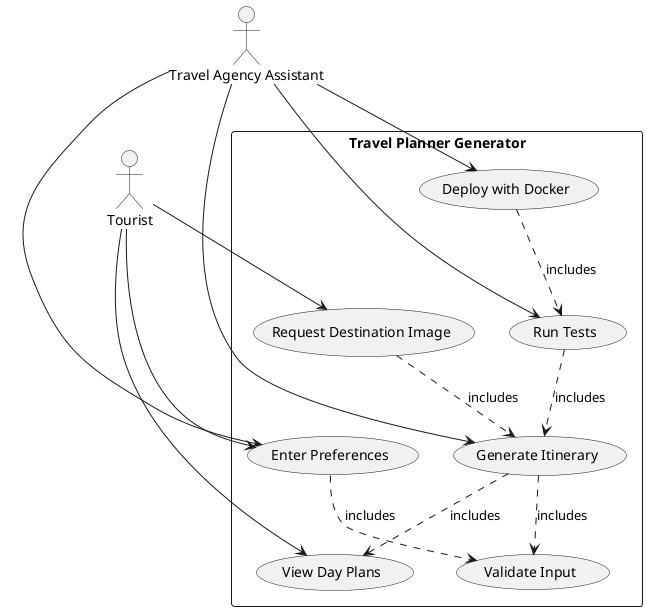
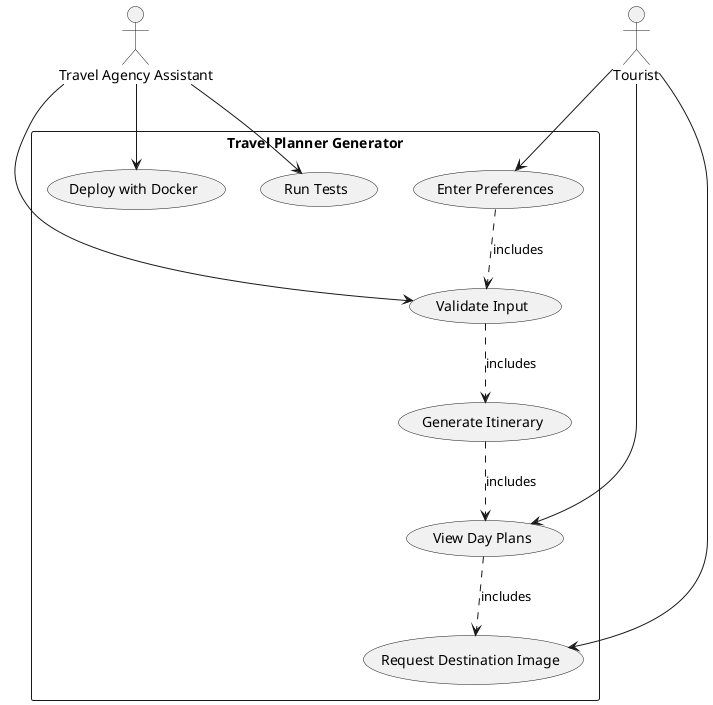
@startuml
actor "Tourist" as Tourist
actor "Travel Agency Assistant" as Assistant

rectangle "Travel Planner Generator" {
- usecase "Enter Preferences" as UC1
- usecase "Validate Input" as UC2
- usecase "Generate Itinerary" as UC3
- usecase "View Day Plans" as UC4
- usecase "Request Destination Image" as UC5
- usecase "Run Tests" as UC6
- usecase "Deploy with Docker" as UC7
+  usecase "Enter Preferences" as UC1
+  usecase "Validate Input" as UC2
+  usecase "Generate Itinerary" as UC3
+  usecase "View Day Plans" as UC4
+  usecase "Request Destination Image" as UC5
+  usecase "Run Tests" as UC6
+  usecase "Deploy with Docker" as UC7
}

Tourist --> UC1
+ UC1 ..> UC2 : includes
+ UC2 ..> UC3 : includes
+ UC3 ..> UC4 : includes
+ UC4 ..> UC5 : includes
+ 
Tourist --> UC4
Tourist --> UC5

- Assistant --> UC1
- Assistant --> UC3
Assistant --> UC6
Assistant --> UC7
- 
- UC1 ..> UC2 : includes
- UC3 ..> UC2 : includes
- UC3 ..> UC4 : includes
- UC5 ..> UC3 : includes
- UC6 ..> UC3 : includes
- UC7 ..> UC6 : includes
+ Assistant --> UC2
@enduml